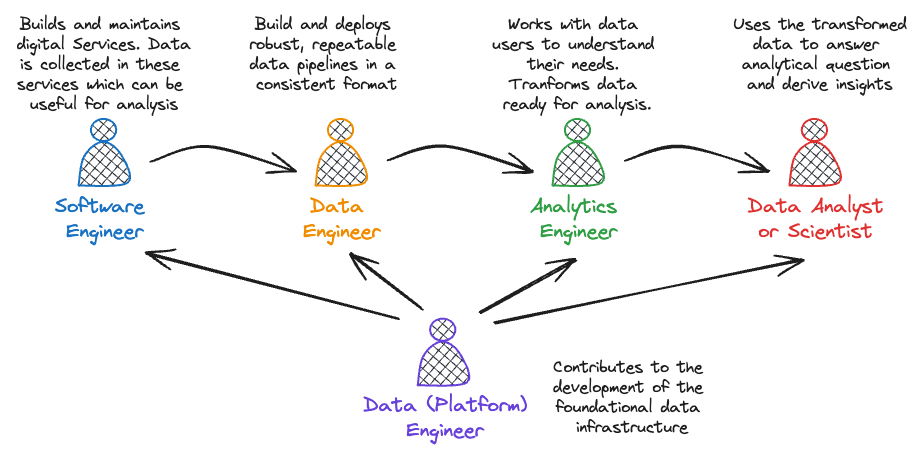
This is src/content/about/images/roles.excalidraw.png from ministryofjustice/data-and-analytics-engineering, a Excalidraw export, as it was before one commit. Source tidied: one line per element, renumbered; positions are measured from the earlier drawing's top-left corner, leaving out a move shared by most shapes. The source it was exported from:
```json
{"id": 0, "type": "text", "text": "Software \nEngineer", "strokeColor": "#1971c2", "backgroundColor": "white", "fillStyle": "solid", "strokeWidth": 1, "roughness": 1, "fontSize": 20, "fontFamily": 1, "textAlign": "center", "x": 45, "y": 184, "width": 99, "height": 50}
{"id": 1, "type": "line", "strokeColor": "#1971c2", "backgroundColor": "#343a40", "fillStyle": "cross-hatch", "strokeWidth": 2, "roughness": 0, "round": true, "x": 68, "y": 176, "width": 49, "height": 44, "points": [[0, 0], [6, -29], [24, -44], [42, -32], [49, -3], [0, 0]]}
{"id": 2, "type": "ellipse", "strokeColor": "#1971c2", "backgroundColor": "#343a40", "fillStyle": "cross-hatch", "strokeWidth": 2, "roughness": 0, "x": 81, "y": 109, "width": 25, "height": 22}
{"id": 3, "type": "text", "text": "Data \nEngineer", "strokeColor": "#f08c00", "backgroundColor": "#343a40", "fillStyle": "solid", "strokeWidth": 1, "roughness": 1, "fontSize": 20, "fontFamily": 1, "textAlign": "center", "x": 293, "y": 184, "width": 77, "height": 50}
{"id": 4, "type": "line", "strokeColor": "#f08c00", "backgroundColor": "#343a40", "fillStyle": "cross-hatch", "strokeWidth": 2, "roughness": 0, "round": true, "x": 305, "y": 176, "width": 49, "height": 44, "points": [[0, 0], [6, -29], [24, -44], [42, -32], [49, -3], [0, 0]]}
{"id": 5, "type": "ellipse", "strokeColor": "#f08c00", "backgroundColor": "#343a40", "fillStyle": "cross-hatch", "strokeWidth": 2, "roughness": 0, "x": 318, "y": 109, "width": 25, "height": 22}
{"id": 6, "type": "text", "text": "Analytics \nEngineer", "strokeColor": "#2f9e44", "backgroundColor": "white", "fillStyle": "solid", "strokeWidth": 1, "roughness": 1, "fontSize": 20, "fontFamily": 1, "textAlign": "center", "x": 520, "y": 184, "width": 97, "height": 50}
{"id": 7, "type": "line", "strokeColor": "#2f9e44", "backgroundColor": "#343a40", "fillStyle": "cross-hatch", "strokeWidth": 2, "roughness": 0, "round": true, "x": 542, "y": 176, "width": 49, "height": 44, "points": [[0, 0], [6, -29], [24, -44], [42, -32], [49, -3], [0, 0]]}
{"id": 8, "type": "ellipse", "strokeColor": "#2f9e44", "backgroundColor": "#343a40", "fillStyle": "cross-hatch", "strokeWidth": 2, "roughness": 0, "x": 555, "y": 109, "width": 25, "height": 22}
{"id": 9, "type": "text", "text": "Data Analyst\nor Scientist", "strokeColor": "#e03131", "backgroundColor": "white", "fillStyle": "solid", "strokeWidth": 1, "roughness": 1, "fontSize": 20, "fontFamily": 1, "textAlign": "center", "x": 738, "y": 184, "width": 136, "height": 50}
{"id": 10, "type": "line", "strokeColor": "#e03131", "backgroundColor": "#343a40", "fillStyle": "cross-hatch", "strokeWidth": 2, "roughness": 0, "round": true, "x": 779, "y": 176, "width": 49, "height": 44, "points": [[0, 0], [6, -29], [24, -44], [42, -32], [49, -3], [0, 0]]}
{"id": 11, "type": "ellipse", "strokeColor": "#e03131", "backgroundColor": "#343a40", "fillStyle": "cross-hatch", "strokeWidth": 2, "roughness": 0, "x": 792, "y": 109, "width": 25, "height": 22}
{"id": 12, "type": "text", "text": "Data (Platform)\nEngineer", "strokeColor": "#6741d9", "backgroundColor": "white", "fillStyle": "solid", "strokeWidth": 1, "roughness": 1, "fontSize": 20, "fontFamily": 1, "textAlign": "center", "x": 353, "y": 383, "width": 164, "height": 50}
{"id": 13, "type": "line", "strokeColor": "#6741d9", "backgroundColor": "#343a40", "fillStyle": "cross-hatch", "strokeWidth": 2, "roughness": 0, "round": true, "x": 408, "y": 375, "width": 49, "height": 44, "points": [[0, 0], [6, -29], [24, -44], [42, -32], [49, -3], [0, 0]]}
{"id": 14, "type": "ellipse", "strokeColor": "#6741d9", "backgroundColor": "#343a40", "fillStyle": "cross-hatch", "strokeWidth": 2, "roughness": 0, "x": 420, "y": 309, "width": 25, "height": 22}
{"id": 15, "type": "arrow", "strokeColor": "#1e1e1e", "backgroundColor": "#343a40", "fillStyle": "solid", "strokeWidth": 2, "roughness": 1, "endArrowhead": "arrow", "round": true, "x": 141, "y": 151, "width": 144, "height": 25, "points": [[0, 0], [57, -14], [144, 11]]}
{"id": 16, "type": "arrow", "strokeColor": "#1e1e1e", "backgroundColor": "#343a40", "fillStyle": "solid", "strokeWidth": 2, "roughness": 1, "endArrowhead": "arrow", "round": true, "to": 0, "x": 388, "y": 309, "width": 253, "height": 66, "points": [[0, 0], [-253, -66]]}
{"id": 17, "type": "arrow", "strokeColor": "#1e1e1e", "backgroundColor": "#343a40", "fillStyle": "solid", "strokeWidth": 2, "roughness": 1, "endArrowhead": "arrow", "round": true, "to": 3, "x": 411, "y": 298, "width": 70, "height": 55, "points": [[0, 0], [-70, -55]]}
{"id": 18, "type": "arrow", "strokeColor": "#1e1e1e", "backgroundColor": "#343a40", "fillStyle": "solid", "strokeWidth": 2, "roughness": 1, "endArrowhead": "arrow", "round": true, "to": 6, "x": 471, "y": 303, "width": 96, "height": 53, "points": [[0, 0], [96, -53]]}
{"id": 19, "type": "arrow", "strokeColor": "#1e1e1e", "backgroundColor": "#343a40", "fillStyle": "solid", "strokeWidth": 2, "roughness": 1, "endArrowhead": "arrow", "round": true, "to": 9, "x": 485, "y": 314, "width": 308, "height": 64, "points": [[0, 0], [308, -64]]}
{"id": 20, "type": "rectangle", "strokeColor": "transparent", "strokeWidth": 2, "roughness": 1, "round": true, "x": 0, "y": 0, "width": 188, "height": 112}
{"id": 21, "type": "text", "text": "Builds and maintains \ndigital Services. Data\nis collected in these \nservices which can be \nuseful for analysis", "strokeColor": "#1e1e1e", "strokeWidth": 2, "roughness": 1, "fontSize": 16, "fontFamily": 1, "textAlign": "center", "inside": 20, "x": 7, "y": 5, "width": 174, "height": 100}
{"id": 22, "type": "rectangle", "strokeColor": "transparent", "strokeWidth": 2, "roughness": 1, "round": true, "x": 223, "y": 0, "width": 188, "height": 112}
{"id": 23, "type": "text", "text": "Build and deploys \nrobust, repeatable \ndata pipelines in a \nconsistent format", "strokeColor": "#1e1e1e", "strokeWidth": 2, "roughness": 1, "fontSize": 16, "fontFamily": 1, "textAlign": "center", "inside": 22, "x": 239, "y": 5, "width": 155, "height": 80}
{"id": 24, "type": "rectangle", "strokeColor": "transparent", "strokeWidth": 2, "roughness": 1, "round": true, "x": 473, "y": 0, "width": 188, "height": 112}
{"id": 25, "type": "text", "text": "Works with data \nusers to understand \ntheir needs. \nTranforms data \nready for analysis.", "strokeColor": "#1e1e1e", "strokeWidth": 2, "roughness": 1, "fontSize": 16, "fontFamily": 1, "textAlign": "center", "inside": 24, "x": 482, "y": 5, "width": 170, "height": 100}
{"id": 26, "type": "rectangle", "strokeColor": "transparent", "strokeWidth": 2, "roughness": 1, "round": true, "x": 716, "y": 0, "width": 188, "height": 112}
{"id": 27, "type": "text", "text": "Uses the transformed\ndata to answer \nanalytical question \nand derive insights", "strokeColor": "#1e1e1e", "strokeWidth": 2, "roughness": 1, "fontSize": 16, "fontFamily": 1, "textAlign": "center", "inside": 26, "x": 723, "y": 5, "width": 174, "height": 80}
{"id": 28, "type": "arrow", "strokeColor": "#1e1e1e", "backgroundColor": "#343a40", "fillStyle": "solid", "strokeWidth": 2, "roughness": 1, "endArrowhead": "arrow", "round": true, "x": 378, "y": 149, "width": 144, "height": 25, "points": [[0, 0], [57, -14], [144, 11]]}
{"id": 29, "type": "arrow", "strokeColor": "#1e1e1e", "backgroundColor": "#343a40", "fillStyle": "solid", "strokeWidth": 2, "roughness": 1, "endArrowhead": "arrow", "round": true, "x": 616, "y": 150, "width": 144, "height": 25, "points": [[0, 0], [57, -14], [144, 11]]}
{"id": 30, "type": "rectangle", "strokeColor": "transparent", "strokeWidth": 2, "roughness": 1, "round": true, "x": 528, "y": 343, "width": 188, "height": 90}
{"id": 31, "type": "text", "text": "Contributes to the \ndevelopment of the \nfoundational data \ninfrastructure", "strokeColor": "#1e1e1e", "strokeWidth": 2, "roughness": 1, "fontSize": 16, "fontFamily": 1, "textAlign": "center", "inside": 30, "x": 543, "y": 348, "width": 158, "height": 80}
```
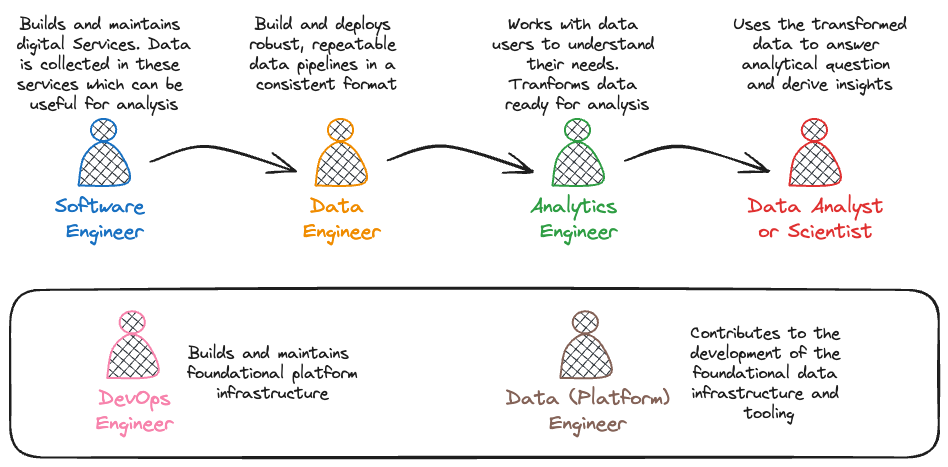
After the change.

Change to the diagram source:
```diff
@@ -10,23 +10,25 @@
 {"id": 9, "type": "text", "text": "Data Analyst\nor Scientist", "strokeColor": "#e03131", "backgroundColor": "white", "fillStyle": "solid", "strokeWidth": 1, "roughness": 1, "fontSize": 20, "fontFamily": 1, "textAlign": "center", "x": 738, "y": 184, "width": 136, "height": 50}
 {"id": 10, "type": "line", "strokeColor": "#e03131", "backgroundColor": "#343a40", "fillStyle": "cross-hatch", "strokeWidth": 2, "roughness": 0, "round": true, "x": 779, "y": 176, "width": 49, "height": 44, "points": [[0, 0], [6, -29], [24, -44], [42, -32], [49, -3], [0, 0]]}
 {"id": 11, "type": "ellipse", "strokeColor": "#e03131", "backgroundColor": "#343a40", "fillStyle": "cross-hatch", "strokeWidth": 2, "roughness": 0, "x": 792, "y": 109, "width": 25, "height": 22}
-{"id": 12, "type": "text", "text": "Data (Platform)\nEngineer", "strokeColor": "#6741d9", "backgroundColor": "white", "fillStyle": "solid", "strokeWidth": 1, "roughness": 1, "fontSize": 20, "fontFamily": 1, "textAlign": "center", "x": 353, "y": 383, "width": 164, "height": 50}
+{"id": 12, "type": "text", "text": "Data (Platform)\nEngineer", "strokeColor": "#846358", "backgroundColor": "white", "fillStyle": "solid", "strokeWidth": 1, "roughness": 1, "fontSize": 20, "fontFamily": 1, "textAlign": "center", "verticalAlign": "middle", "x": 496, "y": 376, "width": 164, "height": 50}
-{"id": 13, "type": "line", "strokeColor": "#6741d9", "backgroundColor": "#343a40", "fillStyle": "cross-hatch", "strokeWidth": 2, "roughness": 0, "round": true, "x": 408, "y": 375, "width": 49, "height": 44, "points": [[0, 0], [6, -29], [24, -44], [42, -32], [49, -3], [0, 0]]}
+{"id": 13, "type": "line", "strokeColor": "#846358", "backgroundColor": "#343a40", "fillStyle": "cross-hatch", "strokeWidth": 2, "roughness": 0, "round": true, "x": 550, "y": 368, "width": 49, "height": 44, "points": [[0, 0], [6, -29], [24, -44], [42, -32], [49, -3], [0, 0]]}
-{"id": 14, "type": "ellipse", "strokeColor": "#6741d9", "backgroundColor": "#343a40", "fillStyle": "cross-hatch", "strokeWidth": 2, "roughness": 0, "x": 420, "y": 309, "width": 25, "height": 22}
+{"id": 14, "type": "ellipse", "strokeColor": "#846358", "backgroundColor": "#343a40", "fillStyle": "cross-hatch", "strokeWidth": 2, "roughness": 0, "x": 563, "y": 301, "width": 25, "height": 22}
 {"id": 15, "type": "arrow", "strokeColor": "#1e1e1e", "backgroundColor": "#343a40", "fillStyle": "solid", "strokeWidth": 2, "roughness": 1, "endArrowhead": "arrow", "round": true, "x": 141, "y": 151, "width": 144, "height": 25, "points": [[0, 0], [57, -14], [144, 11]]}
-{"id": 16, "type": "arrow", "strokeColor": "#1e1e1e", "backgroundColor": "#343a40", "fillStyle": "solid", "strokeWidth": 2, "roughness": 1, "endArrowhead": "arrow", "round": true, "to": 0, "x": 388, "y": 309, "width": 253, "height": 66, "points": [[0, 0], [-253, -66]]}
-{"id": 17, "type": "arrow", "strokeColor": "#1e1e1e", "backgroundColor": "#343a40", "fillStyle": "solid", "strokeWidth": 2, "roughness": 1, "endArrowhead": "arrow", "round": true, "to": 3, "x": 411, "y": 298, "width": 70, "height": 55, "points": [[0, 0], [-70, -55]]}
-{"id": 18, "type": "arrow", "strokeColor": "#1e1e1e", "backgroundColor": "#343a40", "fillStyle": "solid", "strokeWidth": 2, "roughness": 1, "endArrowhead": "arrow", "round": true, "to": 6, "x": 471, "y": 303, "width": 96, "height": 53, "points": [[0, 0], [96, -53]]}
-{"id": 19, "type": "arrow", "strokeColor": "#1e1e1e", "backgroundColor": "#343a40", "fillStyle": "solid", "strokeWidth": 2, "roughness": 1, "endArrowhead": "arrow", "round": true, "to": 9, "x": 485, "y": 314, "width": 308, "height": 64, "points": [[0, 0], [308, -64]]}
 {"id": 20, "type": "rectangle", "strokeColor": "transparent", "strokeWidth": 2, "roughness": 1, "round": true, "x": 0, "y": 0, "width": 188, "height": 112}
 {"id": 21, "type": "text", "text": "Builds and maintains \ndigital Services. Data\nis collected in these \nservices which can be \nuseful for analysis", "strokeColor": "#1e1e1e", "strokeWidth": 2, "roughness": 1, "fontSize": 16, "fontFamily": 1, "textAlign": "center", "inside": 20, "x": 7, "y": 5, "width": 174, "height": 100}
 {"id": 22, "type": "rectangle", "strokeColor": "transparent", "strokeWidth": 2, "roughness": 1, "round": true, "x": 223, "y": 0, "width": 188, "height": 112}
 {"id": 23, "type": "text", "text": "Build and deploys \nrobust, repeatable \ndata pipelines in a \nconsistent format", "strokeColor": "#1e1e1e", "strokeWidth": 2, "roughness": 1, "fontSize": 16, "fontFamily": 1, "textAlign": "center", "inside": 22, "x": 239, "y": 5, "width": 155, "height": 80}
 {"id": 24, "type": "rectangle", "strokeColor": "transparent", "strokeWidth": 2, "roughness": 1, "round": true, "x": 473, "y": 0, "width": 188, "height": 112}
-{"id": 25, "type": "text", "text": "Works with data \nusers to understand \ntheir needs. \nTranforms data \nready for analysis.", "strokeColor": "#1e1e1e", "strokeWidth": 2, "roughness": 1, "fontSize": 16, "fontFamily": 1, "textAlign": "center", "inside": 24, "x": 482, "y": 5, "width": 170, "height": 100}
+{"id": 25, "type": "text", "text": "Works with data \nusers to understand \ntheir needs. \nTranforms data \nready for analysis", "strokeColor": "#1e1e1e", "strokeWidth": 2, "roughness": 1, "fontSize": 16, "fontFamily": 1, "textAlign": "center", "inside": 24, "x": 482, "y": 5, "width": 170, "height": 100}
 {"id": 26, "type": "rectangle", "strokeColor": "transparent", "strokeWidth": 2, "roughness": 1, "round": true, "x": 716, "y": 0, "width": 188, "height": 112}
 {"id": 27, "type": "text", "text": "Uses the transformed\ndata to answer \nanalytical question \nand derive insights", "strokeColor": "#1e1e1e", "strokeWidth": 2, "roughness": 1, "fontSize": 16, "fontFamily": 1, "textAlign": "center", "inside": 26, "x": 723, "y": 5, "width": 174, "height": 80}
 {"id": 28, "type": "arrow", "strokeColor": "#1e1e1e", "backgroundColor": "#343a40", "fillStyle": "solid", "strokeWidth": 2, "roughness": 1, "endArrowhead": "arrow", "round": true, "x": 378, "y": 149, "width": 144, "height": 25, "points": [[0, 0], [57, -14], [144, 11]]}
 {"id": 29, "type": "arrow", "strokeColor": "#1e1e1e", "backgroundColor": "#343a40", "fillStyle": "solid", "strokeWidth": 2, "roughness": 1, "endArrowhead": "arrow", "round": true, "x": 616, "y": 150, "width": 144, "height": 25, "points": [[0, 0], [57, -14], [144, 11]]}
-{"id": 30, "type": "rectangle", "strokeColor": "transparent", "strokeWidth": 2, "roughness": 1, "round": true, "x": 528, "y": 343, "width": 188, "height": 90}
+{"id": 30, "type": "rectangle", "strokeColor": "transparent", "strokeWidth": 2, "roughness": 1, "round": true, "x": 665, "y": 309, "width": 188, "height": 110}
-{"id": 31, "type": "text", "text": "Contributes to the \ndevelopment of the \nfoundational data \ninfrastructure", "strokeColor": "#1e1e1e", "strokeWidth": 2, "roughness": 1, "fontSize": 16, "fontFamily": 1, "textAlign": "center", "inside": 30, "x": 543, "y": 348, "width": 158, "height": 80}
+{"id": 31, "type": "text", "text": "Contributes to the \ndevelopment of the \nfoundational data \ninfrastructure and \ntooling", "strokeColor": "#1e1e1e", "strokeWidth": 2, "roughness": 1, "fontSize": 16, "fontFamily": 1, "textAlign": "center", "verticalAlign": "middle", "inside": 30, "x": 680, "y": 314, "width": 158, "height": 100}
+{"id": 32, "type": "rectangle", "strokeColor": "#1e1e1e", "strokeWidth": 2, "roughness": 1, "round": true, "x": 0, "y": 280, "width": 929, "height": 168}
+{"id": 33, "type": "text", "text": "DevOps\nEngineer", "strokeColor": "#f783ac", "backgroundColor": "white", "fillStyle": "solid", "strokeWidth": 1, "roughness": 1, "fontSize": 20, "fontFamily": 1, "textAlign": "center", "verticalAlign": "middle", "x": 86, "y": 376, "width": 77, "height": 50}
+{"id": 34, "type": "line", "strokeColor": "#f783ac", "backgroundColor": "#343a40", "fillStyle": "cross-hatch", "strokeWidth": 2, "roughness": 0, "round": true, "x": 97, "y": 368, "width": 49, "height": 44, "points": [[0, 0], [6, -29], [24, -44], [42, -32], [49, -3], [0, 0]]}
+{"id": 35, "type": "ellipse", "strokeColor": "#f783ac", "backgroundColor": "#343a40", "fillStyle": "cross-hatch", "strokeWidth": 2, "roughness": 0, "x": 110, "y": 301, "width": 25, "height": 22}
+{"id": 36, "type": "rectangle", "strokeColor": "transparent", "strokeWidth": 2, "roughness": 1, "round": true, "x": 169, "y": 319, "width": 188, "height": 90}
+{"id": 37, "type": "text", "text": "Builds and maintains \nfoundational platform\ninfrastructure", "strokeColor": "#1e1e1e", "strokeWidth": 2, "roughness": 1, "fontSize": 16, "fontFamily": 1, "textAlign": "center", "verticalAlign": "middle", "inside": 36, "x": 177, "y": 334, "width": 170, "height": 60}
```
